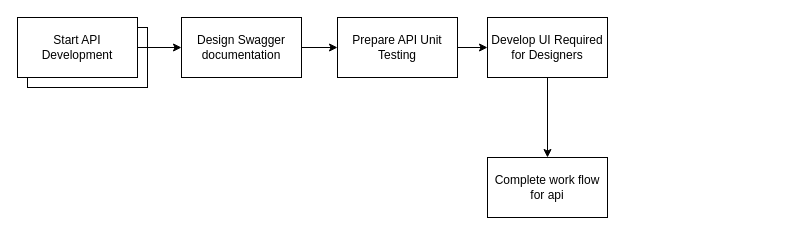
The draw.io diagram Untitled Diagram.drawio in ronanlee/utils, before the edit. Source tidied: cells renumbered, new cells numbered last; positions are measured from the earlier drawing's top-left corner, leaving out a move shared by most shapes. Both pictures are drawn from the tidied source at 100%, with x=0, y=0 at pixel (17, 17).
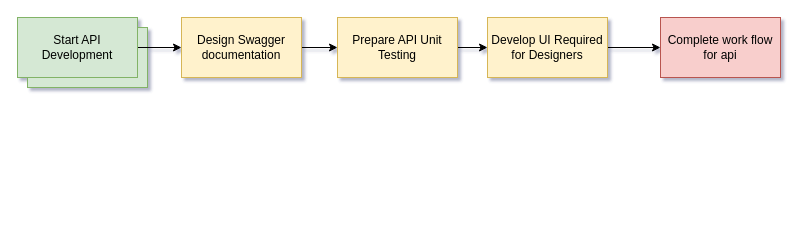
The same page after the edit.

Diff of the diagram source:
```diff
@@
-<mxGraphModel>
+<mxGraphModel background="#ffffff" shadow="1">
   <root>
     <mxCell id="0" />
     <mxCell id="1" parent="0" />
-    <mxCell id="2" style="rounded=0;whiteSpace=wrap;html=1;" parent="1" vertex="1">
+    <mxCell id="2" style="rounded=0;whiteSpace=wrap;html=1;fillColor=#d5e8d4;strokeColor=#82b366;" parent="1" vertex="1">
       <mxGeometry x="10" y="10" width="120" height="60" as="geometry" />
     </mxCell>
     <mxCell id="3" style="edgeStyle=orthogonalEdgeStyle;rounded=0;jettySize=auto;html=1;entryX=0;entryY=0.5;entryDx=0;entryDy=0;" parent="1" edge="1" source="4" target="6">
       <mxGeometry relative="1" as="geometry" />
     </mxCell>
-    <mxCell id="4" value="Start API Development" style="rounded=0;whiteSpace=wrap;html=1;direction=east;" parent="1" vertex="1">
+    <mxCell id="4" value="Start API Development" style="rounded=0;whiteSpace=wrap;html=1;direction=east;fillColor=#d5e8d4;strokeColor=#82b366;" parent="1" vertex="1">
       <mxGeometry width="120" height="60" as="geometry" />
     </mxCell>
     <mxCell id="5" style="edgeStyle=orthogonalEdgeStyle;rounded=0;jettySize=auto;html=1;exitX=1;exitY=0.5;exitDx=0;exitDy=0;" parent="1" edge="1" source="6" target="8">
       <mxGeometry relative="1" as="geometry" />
     </mxCell>
-    <mxCell id="6" value="Design Swagger documentation" style="rounded=0;whiteSpace=wrap;html=1;" parent="1" vertex="1">
+    <mxCell id="6" value="Design Swagger documentation" style="rounded=0;whiteSpace=wrap;html=1;fillColor=#fff2cc;strokeColor=#d6b656;" parent="1" vertex="1">
       <mxGeometry x="164" width="120" height="60" as="geometry" />
     </mxCell>
     <mxCell id="7" style="edgeStyle=orthogonalEdgeStyle;rounded=0;jettySize=auto;html=1;exitX=1;exitY=0.5;exitDx=0;exitDy=0;entryX=0;entryY=0.5;entryDx=0;entryDy=0;" parent="1" edge="1" source="8" target="10">
       <mxGeometry relative="1" as="geometry" />
     </mxCell>
-    <mxCell id="8" value="Prepare API Unit Testing" style="rounded=0;whiteSpace=wrap;html=1;" parent="1" vertex="1">
+    <mxCell id="8" value="Prepare API Unit Testing" style="rounded=0;whiteSpace=wrap;html=1;fillColor=#fff2cc;strokeColor=#d6b656;" parent="1" vertex="1">
       <mxGeometry x="320" width="120" height="60" as="geometry" />
     </mxCell>
     <mxCell id="9" style="edgeStyle=orthogonalEdgeStyle;rounded=0;jettySize=auto;html=1;" parent="1" edge="1" source="10" target="11">
       <mxGeometry relative="1" as="geometry" />
     </mxCell>
-    <mxCell id="10" value="Develop UI Required for Designers" style="rounded=0;whiteSpace=wrap;html=1;" parent="1" vertex="1">
+    <mxCell id="10" value="Develop UI Required for Designers" style="rounded=0;whiteSpace=wrap;html=1;fillColor=#fff2cc;strokeColor=#d6b656;" parent="1" vertex="1">
       <mxGeometry x="470" width="120" height="60" as="geometry" />
     </mxCell>
-    <mxCell id="11" value="&lt;div&gt;Complete work flow for api&lt;br&gt;&lt;/div&gt;" style="whiteSpace=wrap;html=1;rounded=0;" parent="1" vertex="1">
-      <mxGeometry x="470" y="140" width="120" height="60" as="geometry" />
+    <mxCell id="11" value="&lt;div&gt;Complete work flow for api&lt;br&gt;&lt;/div&gt;" style="whiteSpace=wrap;html=1;rounded=0;fillColor=#f8cecc;strokeColor=#b85450;" parent="1" vertex="1">
+      <mxGeometry x="643" width="120" height="60" as="geometry" />
     </mxCell>
   </root>
 </mxGraphModel>
```
